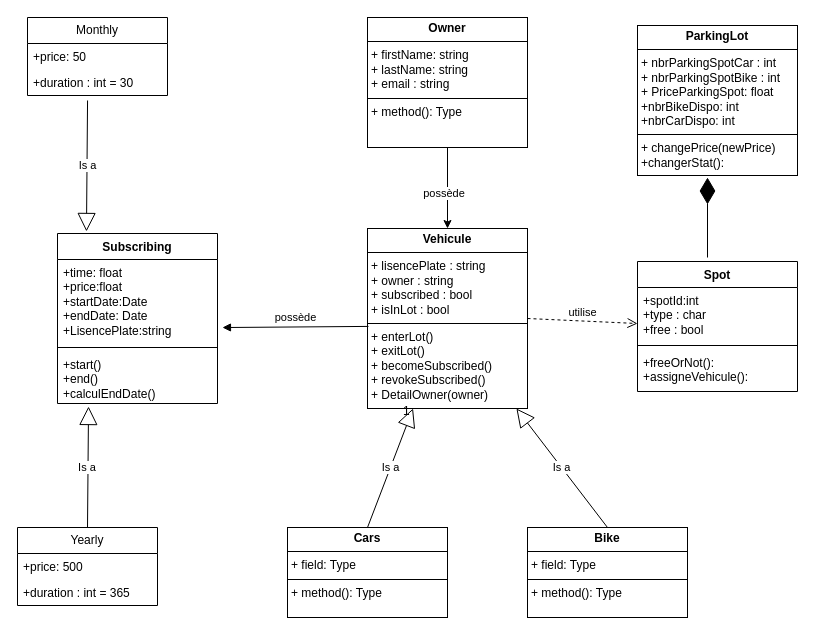
Earlier version of the draw.io diagram UMLprojetDev2.drawio (bpatureau/Projet-dev-II-2tl1-6). Source tidied: cells renumbered, new cells numbered last; positions are measured from the earlier drawing's top-left corner, leaving out a move shared by most shapes. Both pictures are drawn from the tidied source at 100%, with x=0, y=0 at pixel (17, 17).
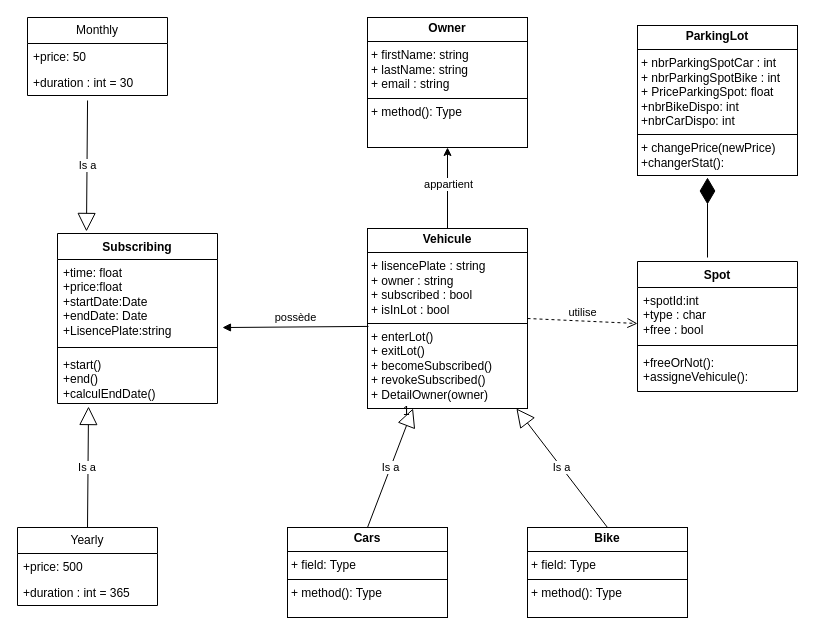
The same diagram, later.

Commit message:
Mettre à jour UMLprojetDev2.drawio

The change refers to these unchanged cells:
```xml
<mxCell id="2" value="&lt;p style=&quot;margin:0px;margin-top:4px;text-align:center;&quot;&gt;&lt;b&gt;Vehicule&lt;/b&gt;&lt;/p&gt;&lt;hr size=&quot;1&quot; style=&quot;border-style:solid;&quot;&gt;&lt;p style=&quot;margin:0px;margin-left:4px;&quot;&gt;+ lisencePlate : string&lt;/p&gt;&lt;p style=&quot;margin:0px;margin-left:4px;&quot;&gt;+ owner : string&lt;/p&gt;&lt;p style=&quot;margin:0px;margin-left:4px;&quot;&gt;+ subscribed : bool&lt;/p&gt;&lt;p style=&quot;margin:0px;margin-left:4px;&quot;&gt;+ isInLot : bool&lt;/p&gt;&lt;hr size=&quot;1&quot; style=&quot;border-style:solid;&quot;&gt;&lt;p style=&quot;margin:0px;margin-left:4px;&quot;&gt;+ enterLot()&lt;/p&gt;&lt;p style=&quot;margin:0px;margin-left:4px;&quot;&gt;+ exitLot()&lt;/p&gt;&lt;p style=&quot;margin:0px;margin-left:4px;&quot;&gt;+ becomeSubscribed()&lt;/p&gt;&lt;p style=&quot;margin:0px;margin-left:4px;&quot;&gt;+ revokeSubscribed()&lt;/p&gt;&lt;p style=&quot;margin:0px;margin-left:4px;&quot;&gt;+ DetailOwner(owner)&lt;/p&gt;" style="verticalAlign=top;align=left;overflow=fill;html=1;whiteSpace=wrap;" parent="1" vertex="1">
  <mxGeometry x="350" y="211" width="160" height="180" as="geometry" />
</mxCell>
<mxCell id="3" value="&lt;p style=&quot;margin:0px;margin-top:4px;text-align:center;&quot;&gt;&lt;b&gt;Owner&lt;/b&gt;&lt;/p&gt;&lt;hr size=&quot;1&quot; style=&quot;border-style:solid;&quot;&gt;&lt;p style=&quot;margin:0px;margin-left:4px;&quot;&gt;+ firstName: string&lt;/p&gt;&lt;p style=&quot;margin:0px;margin-left:4px;&quot;&gt;+ lastName: string&lt;/p&gt;&lt;p style=&quot;margin:0px;margin-left:4px;&quot;&gt;+ email : string&lt;/p&gt;&lt;hr size=&quot;1&quot; style=&quot;border-style:solid;&quot;&gt;&lt;p style=&quot;margin:0px;margin-left:4px;&quot;&gt;+ method(): Type&lt;/p&gt;" style="verticalAlign=top;align=left;overflow=fill;html=1;whiteSpace=wrap;" parent="1" vertex="1">
  <mxGeometry x="350" width="160" height="130" as="geometry" />
</mxCell>
```

Diff of the diagram source:
```diff
@@
-    <mxCell id="24" style="endArrow=classic;html=1;rounded=0;exitX=0.5;exitY=1;exitDx=0;exitDy=0;" parent="1" edge="1" source="3" target="2">
+    <mxCell id="24" style="endArrow=classic;html=1;rounded=0;exitX=0.5;exitY=0;exitDx=0;exitDy=0;entryX=0.5;entryY=1;entryDx=0;entryDy=0;" parent="1" edge="1" source="2" target="3">
       <mxGeometry relative="1" as="geometry" />
     </mxCell>
-    <mxCell id="25" value="possède&amp;nbsp;" style="edgeLabel;html=1;align=center;verticalAlign=middle;" parent="24" vertex="1">
-      <mxGeometry x="0.11" y="-3" relative="1" as="geometry" />
+    <mxCell id="25" value="appartient" style="edgeLabel;html=1;align=center;verticalAlign=middle;" parent="24" vertex="1">
+      <mxGeometry x="0.11" y="-3" relative="1" as="geometry">
+        <mxPoint x="-3" as="offset" />
+      </mxGeometry>
     </mxCell>
```
